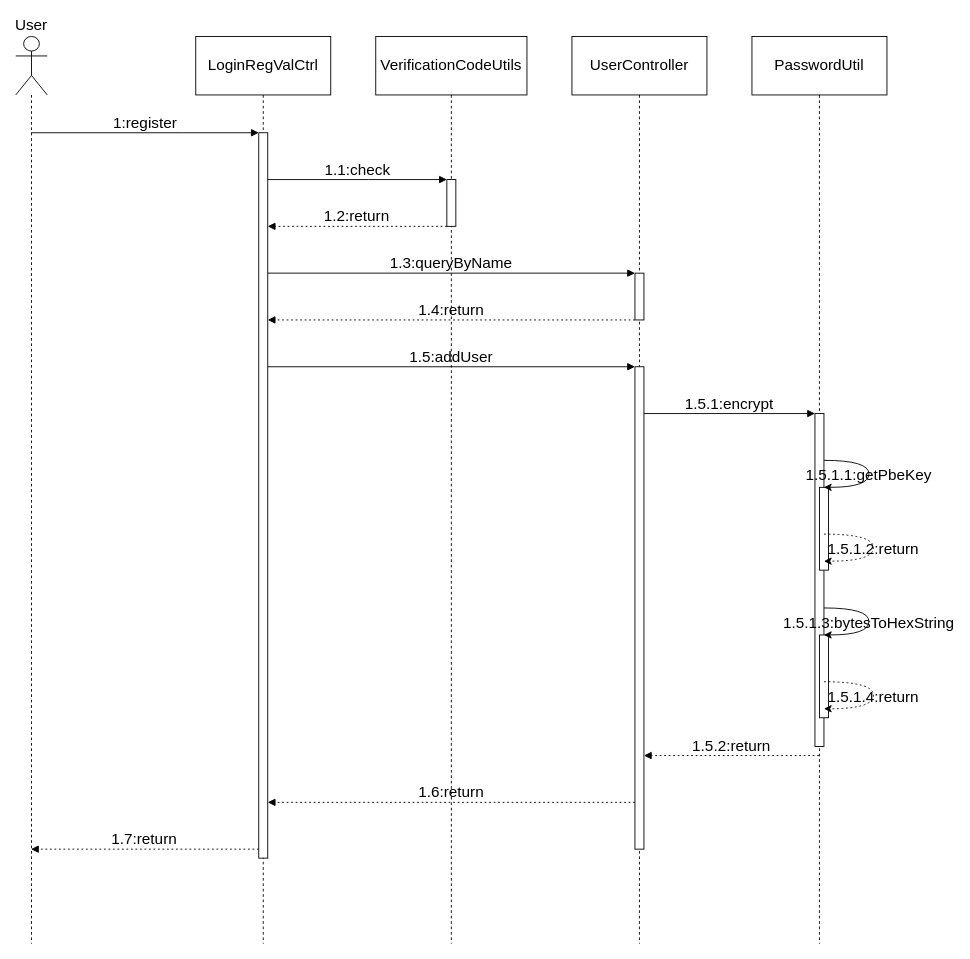
Earlier version of the draw.io diagram 用户注册时序图.drawio (Xiaoran630/drow). Source tidied: cells renumbered, new cells numbered last; positions are measured from the earlier drawing's top-left corner, leaving out a move shared by most shapes. Both pictures are drawn from the tidied source at 90%, with x=0, y=0 at pixel (15, 36).
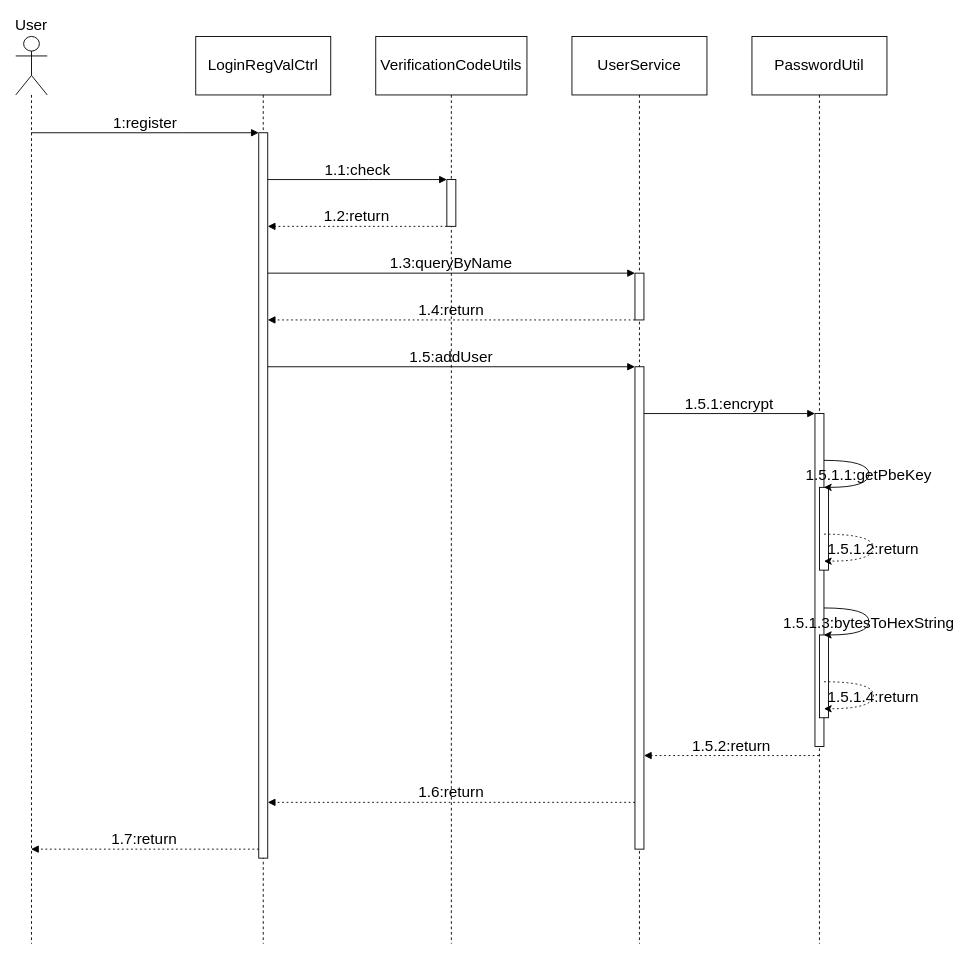
The same diagram, later.

Commit message:
更新用户注册时序图.drawio

Change to the diagram source:
```diff
@@
-    <mxCell id="7" value="UserController" style="shape=umlLifeline;perimeter=lifelinePerimeter;whiteSpace=wrap;newEdgeStyle={&quot;edgeStyle&quot;:&quot;elbowEdgeStyle&quot;,&quot;elbow&quot;:&quot;vertical&quot;,&quot;curved&quot;:0,&quot;rounded&quot;:0};size=65;labelBackgroundColor=none;fontSize=17;" parent="1" vertex="1">
+    <mxCell id="7" value="UserService" style="shape=umlLifeline;perimeter=lifelinePerimeter;whiteSpace=wrap;newEdgeStyle={&quot;edgeStyle&quot;:&quot;elbowEdgeStyle&quot;,&quot;elbow&quot;:&quot;vertical&quot;,&quot;curved&quot;:0,&quot;rounded&quot;:0};size=65;labelBackgroundColor=none;fontSize=17;" parent="1" vertex="1">
       <mxGeometry x="618" width="150" height="1008" as="geometry" />
     </mxCell>
```
